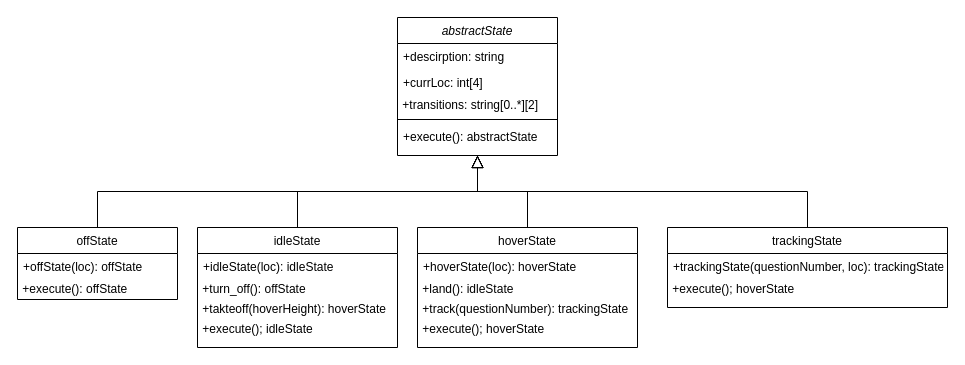
This is state_classes.drawio from danbronzy/quadcopter_controller, a draw.io file, before an edit. Source tidied: cells renumbered, new cells numbered last; positions are measured from the earlier drawing's top-left corner, leaving out a move shared by most shapes. Both pictures are drawn from the tidied source at 100%, with x=0, y=0 at pixel (17, 17).
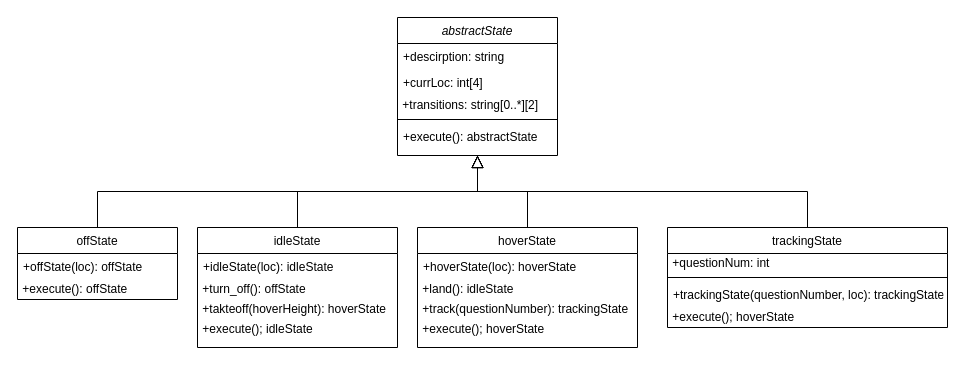
Above is the later version.

Diff of the diagram source:
```diff
@@
     <mxCell id="23" value="trackingState" style="swimlane;fontStyle=0;align=center;verticalAlign=top;horizontal=1;startSize=26;rounded=0;shadow=0;strokeWidth=1;" parent="1" vertex="1">
-      <mxGeometry x="650" y="210" width="280" height="80" as="geometry" />
+      <mxGeometry x="650" y="210" width="280" height="100" as="geometry" />
     </mxCell>
+    <mxCell id="28" value="&amp;nbsp;+questionNum: int" style="text;html=1;align=left;verticalAlign=middle;" parent="23" vertex="1">
+      <mxGeometry y="26" width="280" height="20" as="geometry" />
+    </mxCell>
+    <mxCell id="29" style="line;html=1;strokeWidth=1;align=left;verticalAlign=middle;spacingTop=-1;spacingLeft=3;spacingRight=3;labelPosition=right;" parent="23" vertex="1">
+      <mxGeometry y="46" width="280" height="8" as="geometry" />
+    </mxCell>
     <mxCell id="24" value="+trackingState(questionNumber, loc): trackingState" style="text;align=left;verticalAlign=top;spacingLeft=4;spacingRight=4;overflow=hidden;" parent="23" vertex="1">
-      <mxGeometry y="26" width="280" height="26" as="geometry" />
+      <mxGeometry y="54" width="280" height="26" as="geometry" />
     </mxCell>
     <mxCell id="25" value="&amp;nbsp;+execute(); hoverState" style="text;html=1;align=left;verticalAlign=middle;" parent="23" vertex="1">
-      <mxGeometry y="52" width="280" height="20" as="geometry" />
+      <mxGeometry y="80" width="280" height="20" as="geometry" />
     </mxCell>
```
